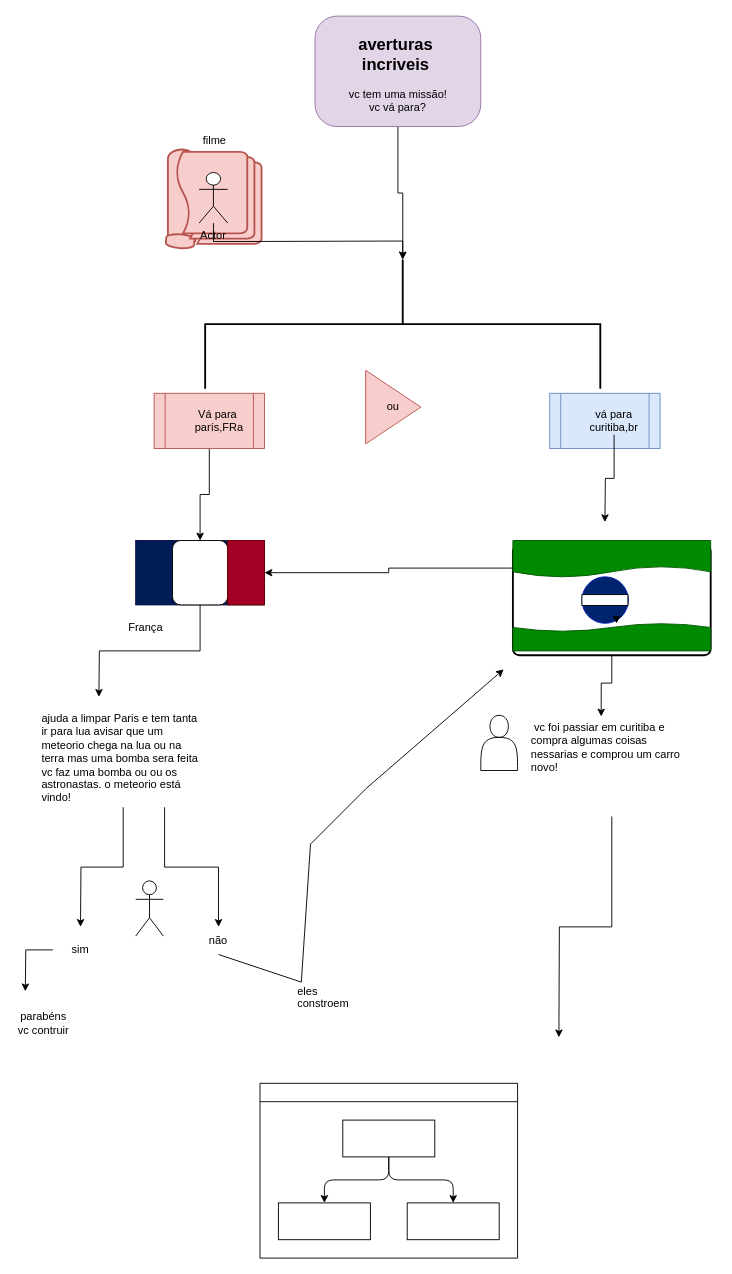
Above: avertura incrivel.drawio in joaop2010santos-cyber/aventuras-incrives (draw.io), before the change. Source tidied: cells renumbered, new cells numbered last; positions are measured from the earlier drawing's top-left corner, leaving out a move shared by most shapes. Both pictures are drawn from the tidied source at 92%, with x=0, y=0 at pixel (16, 16).
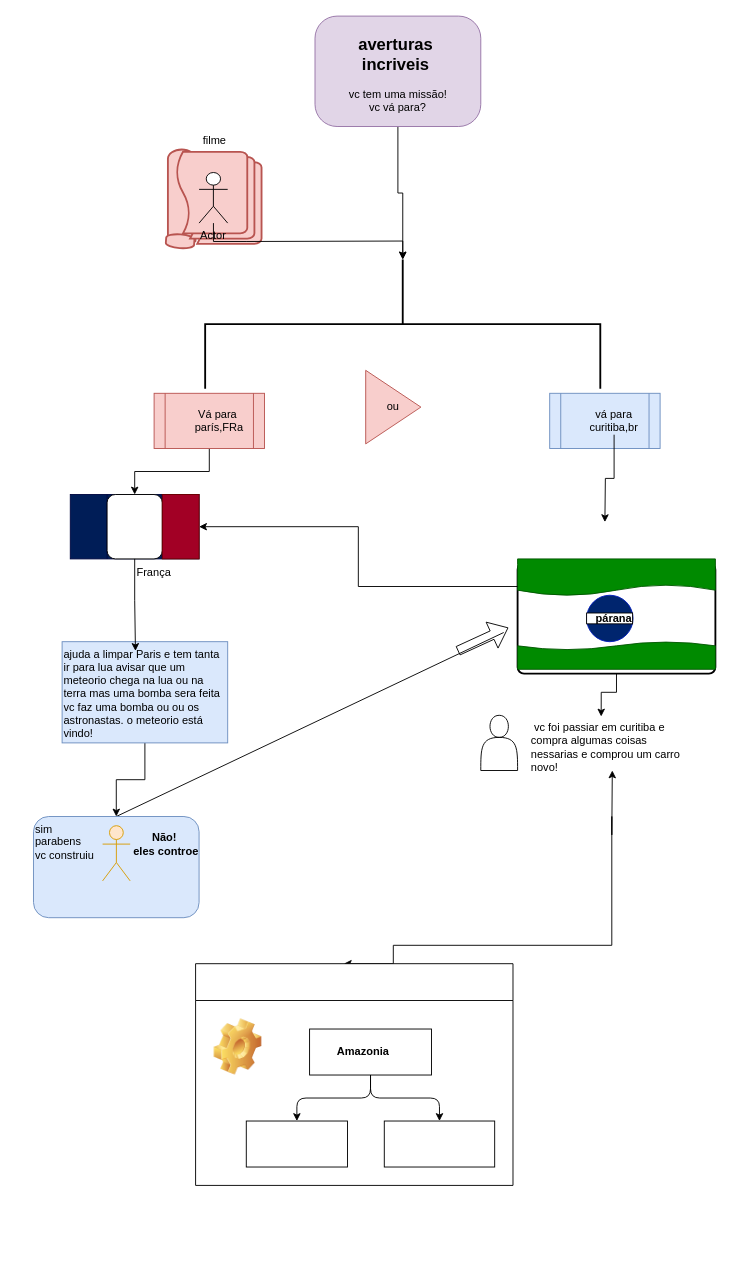
Above is the later version.

Unchanged cells that the change refers to:
```xml
<mxCell id="23" value="&amp;nbsp;vc foi passiar em curitiba e compra algumas coisas nessarias e comprou um carro novo!" style="text;html=1;whiteSpace=wrap;overflow=hidden;rounded=0;" parent="1" vertex="1">
  <mxGeometry x="557.5" y="760" width="180" height="110" as="geometry" />
</mxCell>
<mxCell id="29" style="rounded=1;whiteSpace=wrap;html=1;" parent="26" vertex="1">
  <mxGeometry x="40" width="60" height="70" as="geometry" />
</mxCell>
<mxCell id="35" style="ellipse;whiteSpace=wrap;html=1;fillColor=#00256E;fontColor=#ffffff;strokeColor=#001DBC;" parent="32" vertex="1">
  <mxGeometry x="75" y="39.5" width="50.5" height="50.5" as="geometry" />
</mxCell>
```

Diff of the diagram source:
```diff
@@
     <mxCell id="18" value="França" style="text;html=1;align=center;verticalAlign=middle;whiteSpace=wrap;rounded=0;" parent="1" vertex="1">
-      <mxGeometry x="110.8" y="650" width="60" height="30" as="geometry" />
+      <mxGeometry x="120" y="590" width="60" height="30" as="geometry" />
     </mxCell>
-    <mxCell id="19" style="edgeStyle=orthogonalEdgeStyle;rounded=0;jettySize=auto;html=1;" parent="1" edge="1" source="21">
-      <mxGeometry relative="1" as="geometry">
-        <mxPoint x="70" y="990" as="targetPoint" />
-      </mxGeometry>
-    </mxCell>
-    <mxCell id="20" style="edgeStyle=orthogonalEdgeStyle;rounded=0;jettySize=auto;html=1;exitX=0.75;exitY=1;exitDx=0;exitDy=0;" parent="1" edge="1" source="21" target="39">
-      <mxGeometry relative="1" as="geometry" />
-    </mxCell>
+    <mxCell id="55" style="edgeStyle=orthogonalEdgeStyle;rounded=0;jettySize=auto;html=1;fontFamily=Helvetica;fontSize=12;fontColor=default;fontStyle=1;horizontal=1;" parent="1" edge="1" source="21" target="60">
+      <mxGeometry relative="1" as="geometry" />
+    </mxCell>
-    <mxCell id="21" value="ajuda a limpar Paris e tem tanta ir para lua avisar que um meteorio chega na lua ou na terra mas uma bomba sera feita vc faz uma bomba ou ou os astronastas. o meteorio está vindo!" style="text;html=1;whiteSpace=wrap;overflow=hidden;rounded=0;" parent="1" vertex="1">
-      <mxGeometry x="26.4" y="750" width="180" height="110" as="geometry" />
+    <mxCell id="21" value="ajuda a limpar Paris e tem tanta ir para lua avisar que um meteorio chega na lua ou na terra mas uma bomba sera feita vc faz uma bomba ou ou os astronastas. o meteorio está vindo!" style="text;html=1;whiteSpace=wrap;overflow=hidden;rounded=0;fillColor=#dae8fc;strokeColor=#6c8ebf;" parent="1" vertex="1">
+      <mxGeometry x="50" y="680" width="180" height="110" as="geometry" />
     </mxCell>
-    <mxCell id="22" style="edgeStyle=orthogonalEdgeStyle;rounded=0;jettySize=auto;html=1;exitX=0.5;exitY=1;exitDx=0;exitDy=0;" parent="1" edge="1" source="23">
+    <mxCell id="22" style="edgeStyle=orthogonalEdgeStyle;rounded=0;jettySize=auto;html=1;exitX=0.5;exitY=1;exitDx=0;exitDy=0;entryX=0.467;entryY=0;entryDx=0;entryDy=0;entryPerimeter=0;" parent="1" edge="1" source="23" target="46">
       <mxGeometry relative="1" as="geometry">
-        <mxPoint x="590" y="1110" as="targetPoint" />
+        <Array as="points">
+          <mxPoint x="648" y="1010" />
+          <mxPoint x="410" y="1010" />
+        </Array>
       </mxGeometry>
     </mxCell>
@@
     <mxCell id="26" style="group;" parent="1" vertex="1">
-      <mxGeometry x="130" y="570" width="140" height="70" as="geometry" />
+      <mxGeometry x="58.9" y="520" width="140" height="70" as="geometry" />
     </mxCell>
@@
-    <mxCell id="28" style="edgeStyle=orthogonalEdgeStyle;rounded=0;jettySize=auto;html=1;exitX=0.5;exitY=1;exitDx=0;exitDy=0;" parent="26" edge="1" source="29">
-      <mxGeometry relative="1" as="geometry">
-        <mxPoint x="-40" y="170" as="targetPoint" />
-      </mxGeometry>
-    </mxCell>
@@
     <mxCell id="32" style="group;" parent="1" vertex="1">
-      <mxGeometry x="540" y="570" width="215" height="124.7" as="geometry" />
+      <mxGeometry x="545.1" y="590" width="215" height="124.7" as="geometry" />
     </mxCell>
@@
-    <mxCell id="37" style="edgeStyle=orthogonalEdgeStyle;rounded=0;orthogonalLoop=1;jettySize=auto;html=1;exitX=1;exitY=1;exitDx=0;exitDy=0;entryX=0.746;entryY=1.003;entryDx=0;entryDy=0;entryPerimeter=0;" parent="32" edge="1" source="35" target="35">
-      <mxGeometry relative="1" as="geometry" />
-    </mxCell>
@@
-    <mxCell id="39" value="não" style="text;html=1;align=center;verticalAlign=middle;whiteSpace=wrap;rounded=0;" parent="1" vertex="1">
-      <mxGeometry x="190" y="990" width="60" height="30" as="geometry" />
-    </mxCell>
-    <mxCell id="40" style="edgeStyle=orthogonalEdgeStyle;rounded=0;jettySize=auto;html=1;" parent="1" edge="1" source="41">
-      <mxGeometry relative="1" as="geometry">
-        <mxPoint x="10" y="1060" as="targetPoint" />
-      </mxGeometry>
-    </mxCell>
-    <mxCell id="41" value="sim" style="text;html=1;align=center;verticalAlign=middle;whiteSpace=wrap;rounded=0;" parent="1" vertex="1">
-      <mxGeometry x="40" y="1000" width="60" height="30" as="geometry" />
-    </mxCell>
-    <mxCell id="42" value="Actor" style="shape=umlActor;verticalLabelPosition=bottom;verticalAlign=top;html=1;fontColor=none;noLabel=1;" parent="1" vertex="1">
-      <mxGeometry x="130" y="940" width="30" height="60" as="geometry" />
-    </mxCell>
-    <mxCell id="43" value="eles constroem" style="text;strokeColor=none;fillColor=none;align=left;verticalAlign=middle;spacingLeft=4;spacingRight=4;overflow=hidden;whiteSpace=wrap;html=1;" parent="1" vertex="1">
-      <mxGeometry x="300" y="1050" width="80" height="30" as="geometry" />
-    </mxCell>
-    <mxCell id="44" value="parabéns vc contruir" style="text;html=1;align=center;verticalAlign=middle;whiteSpace=wrap;rounded=0;" parent="1" vertex="1">
-      <mxGeometry y="1080" width="60" height="30" as="geometry" />
-    </mxCell>
+    <mxCell id="56" value="párana" style="text;html=1;align=center;verticalAlign=middle;whiteSpace=wrap;rounded=0;fontFamily=Helvetica;fontSize=12;fontColor=default;fontStyle=1;horizontal=1;" parent="32" vertex="1">
+      <mxGeometry x="75" y="49.8" width="60" height="30" as="geometry" />
+    </mxCell>
@@
-    <mxCell id="46" style="swimlane;startSize=20;horizontal=1;horizontalTree=0;sortEdges=1;containerType=tree;fontSize=12;" parent="1" vertex="1">
-      <mxGeometry x="265.1" y="1160" width="280" height="190" as="geometry" />
+    <mxCell id="46" style="swimlane;startSize=40;horizontal=1;horizontalTree=0;sortEdges=1;containerType=tree;fontSize=12;flipV=0;" parent="1" vertex="1">
+      <mxGeometry x="195.1" y="1030" width="345" height="241" as="geometry" />
     </mxCell>
     <mxCell id="47" style="whiteSpace=wrap;html=1;" parent="46" vertex="1">
-      <mxGeometry x="90" y="40" width="100" height="40" as="geometry" />
+      <mxGeometry x="123.9" y="71" width="132.5" height="50" as="geometry" />
     </mxCell>
     <mxCell id="48" style="whiteSpace=wrap;html=1;" parent="46" vertex="1">
-      <mxGeometry x="20" y="130" width="100" height="40" as="geometry" />
+      <mxGeometry x="55.1" y="171" width="110" height="50" as="geometry" />
     </mxCell>
@@
     <mxCell id="50" style="whiteSpace=wrap;html=1;" parent="46" vertex="1">
-      <mxGeometry x="160" y="130" width="100" height="40" as="geometry" />
+      <mxGeometry x="205.1" y="171" width="120" height="50" as="geometry" />
     </mxCell>
@@
+    <mxCell id="57" value="Amazonia&amp;nbsp;" style="text;html=1;align=center;verticalAlign=middle;whiteSpace=wrap;rounded=0;fontFamily=Helvetica;fontSize=12;fontColor=default;fontStyle=1;horizontal=1;" parent="46" vertex="1">
+      <mxGeometry x="154" y="81" width="60" height="30" as="geometry" />
+    </mxCell>
+    <mxCell id="58" style="shape=image;html=1;verticalLabelPosition=bottom;verticalAlign=top;imageAspect=1;image=img/clipart/Gear_128x128.png;strokeColor=default;align=center;fontFamily=Helvetica;fontSize=12;fontColor=default;fontStyle=1;horizontal=1;fillColor=default;" parent="46" vertex="1">
+      <mxGeometry x="20" y="60" width="52" height="61" as="geometry" />
+    </mxCell>
@@
-    <mxCell id="54" style="endArrow=classic;html=1;rounded=0;exitX=0.5;exitY=1;exitDx=0;exitDy=0;" parent="1" edge="1" source="39">
-      <mxGeometry relative="1" as="geometry">
-        <mxPoint x="530" y="710" as="targetPoint" />
-        <Array as="points">
-          <mxPoint x="220" y="1020" />
-          <mxPoint x="310" y="1050" />
-          <mxPoint x="320" y="900" />
-          <mxPoint x="380" y="840" />
-        </Array>
-      </mxGeometry>
-    </mxCell>
+    <mxCell id="59" style="endArrow=none;html=1;rounded=0;fontFamily=Helvetica;fontSize=12;fontColor=default;fontStyle=1;horizontal=1;exitX=0.5;exitY=0;exitDx=0;exitDy=0;" parent="1" edge="1" source="60">
+      <mxGeometry relative="1" as="geometry">
+        <mxPoint x="530" y="670" as="targetPoint" />
+      </mxGeometry>
+    </mxCell>
+    <mxCell id="60" value="sim&lt;div&gt;parabens&lt;/div&gt;&lt;div&gt;vc construiu&lt;/div&gt;&lt;div&gt;&lt;br&gt;&lt;/div&gt;" style="text;html=1;whiteSpace=wrap;overflow=hidden;rounded=1;fillColor=#dae8fc;strokeColor=#6c8ebf;" parent="1" vertex="1">
+      <mxGeometry x="18.9" y="870" width="180" height="110" as="geometry" />
+    </mxCell>
+    <mxCell id="28" style="edgeStyle=orthogonalEdgeStyle;rounded=0;jettySize=auto;html=1;exitX=0.5;exitY=1;exitDx=0;exitDy=0;entryX=0.443;entryY=0.091;entryDx=0;entryDy=0;entryPerimeter=0;" parent="1" edge="1" source="29" target="21">
+      <mxGeometry relative="1" as="geometry" />
+    </mxCell>
+    <mxCell id="61" value="Não!&lt;div&gt;&amp;nbsp;eles controe&lt;/div&gt;" style="text;strokeColor=none;fillColor=none;html=1;fontSize=12;fontStyle=1;verticalAlign=middle;align=center;fontFamily=Helvetica;fontColor=default;horizontal=1;" parent="1" vertex="1">
+      <mxGeometry x="110.8" y="880" width="100" height="40" as="geometry" />
+    </mxCell>
+    <mxCell id="42" value="Actor" style="shape=umlActor;verticalLabelPosition=bottom;verticalAlign=top;strokeColor=#d79b00;align=center;fontFamily=Helvetica;fontSize=12;fontStyle=1;horizontal=1;fillColor=#ffe6cc;noLabel=1;" parent="1" vertex="1">
+      <mxGeometry x="94" y="880" width="30" height="60" as="geometry" />
+    </mxCell>
+    <mxCell id="62" style="shape=flexArrow;endArrow=classic;html=1;rounded=0;fontFamily=Helvetica;fontSize=12;fontColor=default;fontStyle=1;horizontal=1;" parent="1" edge="1">
+      <mxGeometry relative="1" as="geometry">
+        <mxPoint x="480" y="690" as="sourcePoint" />
+        <mxPoint x="535.1" y="664.7" as="targetPoint" />
+      </mxGeometry>
+    </mxCell>
+    <mxCell id="63" style="edgeStyle=orthogonalEdgeStyle;rounded=0;orthogonalLoop=1;jettySize=auto;html=1;exitX=0.5;exitY=1;exitDx=0;exitDy=0;entryX=0.503;entryY=0.545;entryDx=0;entryDy=0;entryPerimeter=0;fontFamily=Helvetica;fontSize=12;fontColor=default;fontStyle=1;horizontal=1;" parent="1" edge="1" source="23" target="23">
+      <mxGeometry relative="1" as="geometry" />
+    </mxCell>
```
